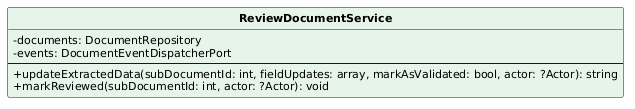
Before: PB/Specifica Tecnica/ImmaginiSpecificaTecnica/ClassiSingole/ReviewDocumentService.png, a diagram exported from PlantUML (aLittleByte-19/Documentazione).
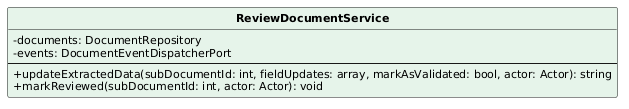
The same diagram one commit later.

The edit, as a diff of the source:
```diff
@@ -9,7 +9,7 @@
   -documents: DocumentRepository
   -events: DocumentEventDispatcherPort
   --
-  +updateExtractedData(subDocumentId: int, fieldUpdates: array, markAsValidated: bool, actor: ?Actor): string
-  +markReviewed(subDocumentId: int, actor: ?Actor): void
+  +updateExtractedData(subDocumentId: int, fieldUpdates: array, markAsValidated: bool, actor: Actor): string
+  +markReviewed(subDocumentId: int, actor: Actor): void
 }
 @enduml
```
